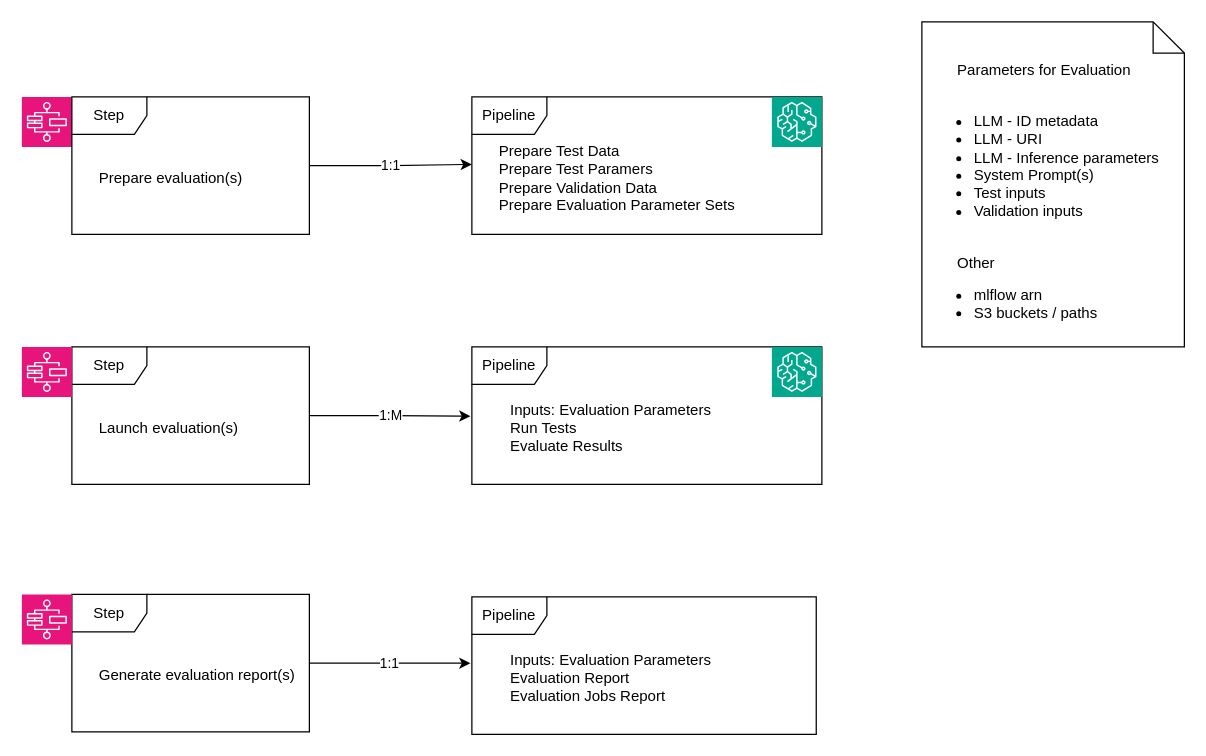
Above: Copy of LLM Eval Workflow.drawio in toby-fotherby/arch-diagrams (draw.io), before the change. Source tidied: cells renumbered, new cells numbered last; positions are measured from the earlier drawing's top-left corner, leaving out a move shared by most shapes. Both pictures are drawn from the tidied source at 125%, with x=0, y=0 at pixel (21, 21).
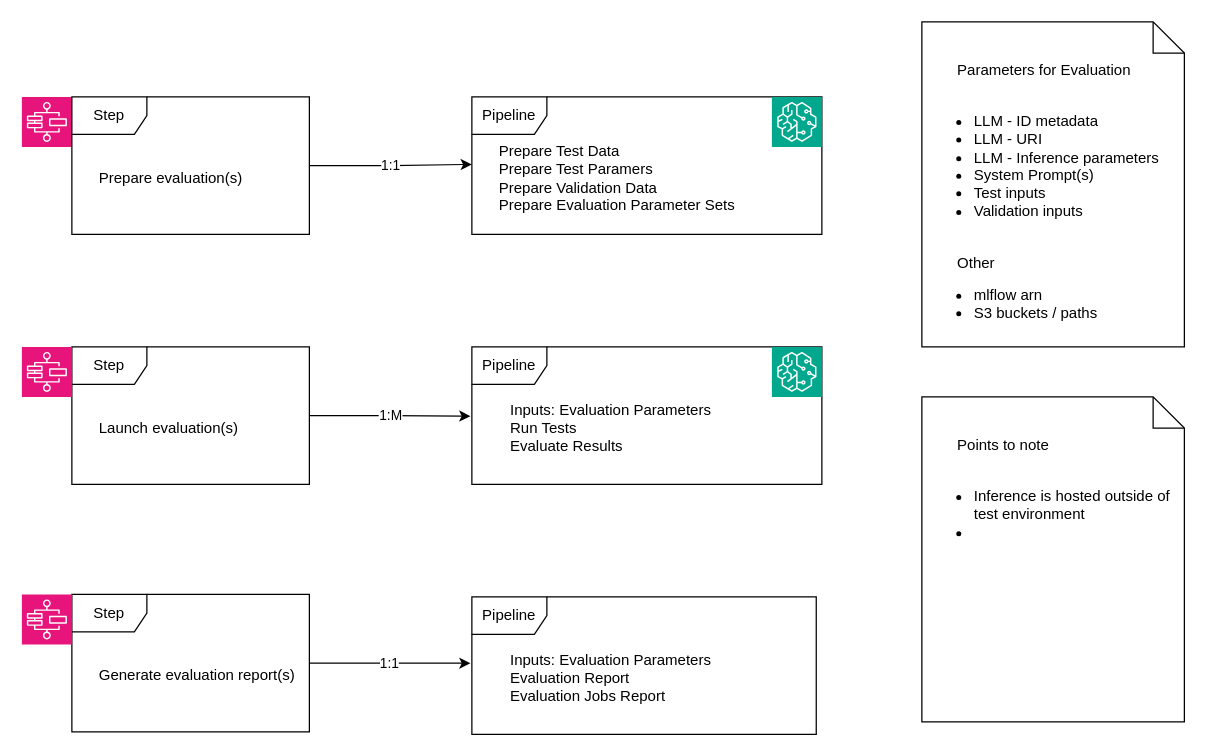
The same page after the edit.

What changed in the source:
```diff
@@
+    <mxCell id="29" value="&amp;nbsp; &amp;nbsp; &amp;nbsp; &amp;nbsp; Points to note&lt;div&gt;&lt;br&gt;&lt;/div&gt;&lt;div style=&quot;&quot;&gt;&lt;ul&gt;&lt;li style=&quot;&quot;&gt;&lt;span style=&quot;background-color: transparent; color: light-dark(rgb(0, 0, 0), rgb(255, 255, 255));&quot;&gt;Inference is hosted outside of test environment&amp;nbsp;&lt;/span&gt;&lt;/li&gt;&lt;li style=&quot;&quot;&gt;&lt;span style=&quot;background-color: transparent; color: light-dark(rgb(0, 0, 0), rgb(255, 255, 255));&quot;&gt;&lt;br&gt;&lt;/span&gt;&lt;/li&gt;&lt;/ul&gt;&lt;/div&gt;" style="shape=note2;boundedLbl=1;whiteSpace=wrap;html=1;size=25;verticalAlign=top;align=left;" parent="1" vertex="1">
+      <mxGeometry x="720" y="300" width="210" height="260" as="geometry" />
+    </mxCell>
```
